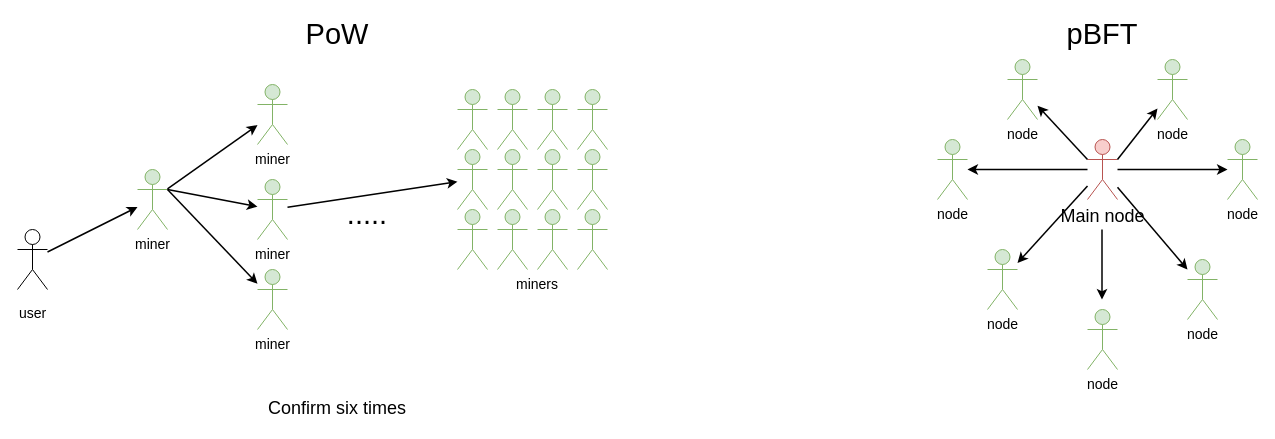
Above: ethereum-research/pos-beaconchain/PoW vs pBFT.drawio in 0xyicheng/a-research-diagram (draw.io), before the change. Source tidied: cells renumbered, new cells numbered last; positions are measured from the earlier drawing's top-left corner, leaving out a move shared by most shapes. Both pictures are drawn from the tidied source at 100%, with x=0, y=0 at pixel (17, 19).
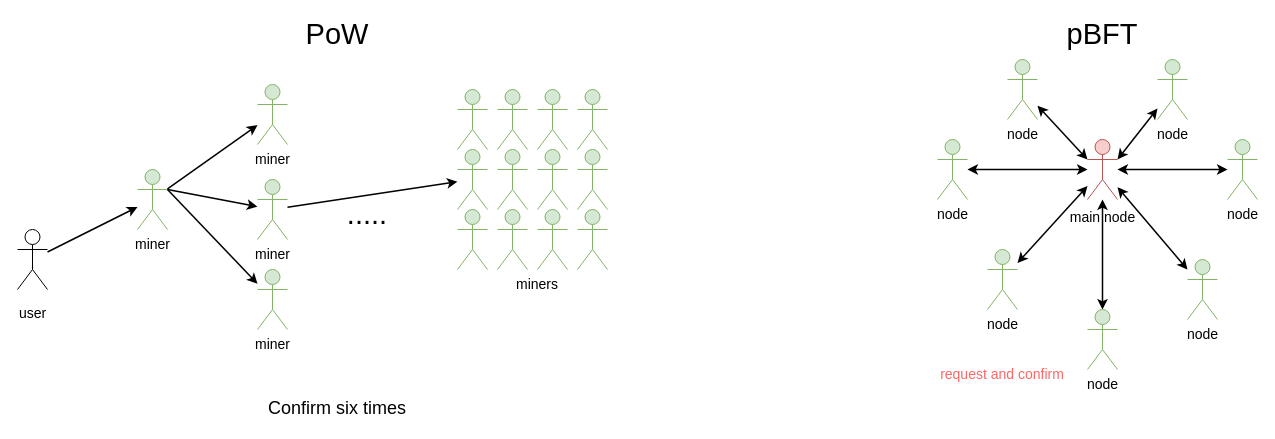
The same diagram, later.

Unchanged cells that the change refers to:
```xml
<mxCell id="30" value="node" style="shape=umlActor;verticalLabelPosition=bottom;verticalAlign=top;html=1;outlineConnect=0;fontSize=14;fillColor=#d5e8d4;strokeColor=#82b366;" parent="1" vertex="1">
  <mxGeometry x="920" y="120" width="30" height="60" as="geometry" />
</mxCell>
<mxCell id="31" value="node" style="shape=umlActor;verticalLabelPosition=bottom;verticalAlign=top;html=1;outlineConnect=0;fontSize=14;fillColor=#d5e8d4;strokeColor=#82b366;" parent="1" vertex="1">
  <mxGeometry x="1210" y="120" width="30" height="60" as="geometry" />
</mxCell>
<mxCell id="32" value="node" style="shape=umlActor;verticalLabelPosition=bottom;verticalAlign=top;html=1;outlineConnect=0;fontSize=14;fillColor=#d5e8d4;strokeColor=#82b366;" parent="1" vertex="1">
  <mxGeometry x="970" y="230" width="30" height="60" as="geometry" />
</mxCell>
<mxCell id="33" value="node" style="shape=umlActor;verticalLabelPosition=bottom;verticalAlign=top;html=1;outlineConnect=0;fontSize=14;fillColor=#d5e8d4;strokeColor=#82b366;" parent="1" vertex="1">
  <mxGeometry x="1070" y="290" width="30" height="60" as="geometry" />
</mxCell>
<mxCell id="35" value="node" style="shape=umlActor;verticalLabelPosition=bottom;verticalAlign=top;html=1;outlineConnect=0;fontSize=14;fillColor=#d5e8d4;strokeColor=#82b366;" parent="1" vertex="1">
  <mxGeometry x="990" y="40" width="30" height="60" as="geometry" />
</mxCell>
<mxCell id="36" value="node" style="shape=umlActor;verticalLabelPosition=bottom;verticalAlign=top;html=1;outlineConnect=0;fontSize=14;fillColor=#d5e8d4;strokeColor=#82b366;" parent="1" vertex="1">
  <mxGeometry x="1140" y="40" width="30" height="60" as="geometry" />
</mxCell>
```

The edit, as a diff of the source:
```diff
@@
+    <mxCell id="44" style="edgeStyle=orthogonalEdgeStyle;rounded=0;jettySize=auto;html=1;strokeWidth=1.5;fontSize=18;startArrow=classic;startFill=1;" parent="1" edge="1" source="29" target="33">
+      <mxGeometry relative="1" as="geometry" />
+    </mxCell>
-    <mxCell id="29" value="Main node" style="shape=umlActor;verticalLabelPosition=bottom;verticalAlign=top;html=1;outlineConnect=0;fontSize=18;fillColor=#f8cecc;strokeColor=#b85450;" parent="1" vertex="1">
+    <mxCell id="29" value="&lt;font style=&quot;font-size: 14px;&quot;&gt;main node&lt;/font&gt;" style="shape=umlActor;verticalLabelPosition=bottom;verticalAlign=top;html=1;outlineConnect=0;fontSize=18;fillColor=#f8cecc;strokeColor=#b85450;" parent="1" vertex="1">
       <mxGeometry x="1070" y="120" width="30" height="60" as="geometry" />
     </mxCell>
@@
-    <mxCell id="37" style="endArrow=classic;html=1;rounded=0;strokeWidth=1.5;fontSize=18;" parent="1" edge="1" source="29" target="30">
+    <mxCell id="37" style="endArrow=classic;html=1;rounded=0;strokeWidth=1.5;fontSize=18;startArrow=classic;startFill=1;" parent="1" edge="1" source="29" target="30">
       <mxGeometry relative="1" as="geometry" />
     </mxCell>
-    <mxCell id="38" style="endArrow=classic;html=1;rounded=0;strokeWidth=1.5;fontSize=18;" parent="1" edge="1" source="29" target="32">
+    <mxCell id="38" style="endArrow=classic;html=1;rounded=0;strokeWidth=1.5;fontSize=18;startArrow=classic;startFill=1;" parent="1" edge="1" source="29" target="32">
       <mxGeometry relative="1" as="geometry" />
     </mxCell>
-    <mxCell id="39" style="endArrow=classic;html=1;rounded=0;strokeWidth=1.5;fontSize=18;" parent="1" edge="1">
-      <mxGeometry relative="1" as="geometry">
-        <mxPoint x="1084.5" y="210" as="sourcePoint" />
-        <mxPoint x="1084.5" y="280" as="targetPoint" />
-      </mxGeometry>
-    </mxCell>
-    <mxCell id="40" style="endArrow=classic;html=1;rounded=0;strokeWidth=1.5;fontSize=18;" parent="1" edge="1" source="29" target="31">
+    <mxCell id="40" style="endArrow=classic;html=1;rounded=0;strokeWidth=1.5;fontSize=18;startArrow=classic;startFill=1;" parent="1" edge="1" source="29" target="31">
       <mxGeometry relative="1" as="geometry" />
     </mxCell>
-    <mxCell id="41" style="endArrow=classic;html=1;rounded=0;strokeWidth=1.5;fontSize=18;" parent="1" edge="1" source="29">
+    <mxCell id="41" style="endArrow=classic;html=1;rounded=0;strokeWidth=1.5;fontSize=18;startArrow=classic;startFill=1;" parent="1" edge="1" source="29">
       <mxGeometry relative="1" as="geometry">
         <mxPoint x="1170" y="250" as="targetPoint" />
       </mxGeometry>
     </mxCell>
-    <mxCell id="42" style="endArrow=classic;html=1;rounded=0;strokeWidth=1.5;fontSize=18;exitX=0;exitY=0.3333333333333333;exitDx=0;exitDy=0;exitPerimeter=0;" parent="1" edge="1" source="29" target="35">
+    <mxCell id="42" style="endArrow=classic;html=1;rounded=0;strokeWidth=1.5;fontSize=18;exitX=0;exitY=0.3333333333333333;exitDx=0;exitDy=0;exitPerimeter=0;startArrow=classic;startFill=1;" parent="1" edge="1" source="29" target="35">
       <mxGeometry relative="1" as="geometry" />
     </mxCell>
-    <mxCell id="43" style="endArrow=classic;html=1;rounded=0;strokeWidth=1.5;fontSize=18;exitX=1;exitY=0.3333333333333333;exitDx=0;exitDy=0;exitPerimeter=0;" parent="1" edge="1" source="29" target="36">
+    <mxCell id="43" style="endArrow=classic;html=1;rounded=0;strokeWidth=1.5;fontSize=18;exitX=1;exitY=0.3333333333333333;exitDx=0;exitDy=0;exitPerimeter=0;startArrow=classic;startFill=1;" parent="1" edge="1" source="29" target="36">
       <mxGeometry relative="1" as="geometry" />
     </mxCell>
+    <mxCell id="45" value="&lt;font color=&quot;#ff6666&quot;&gt;request and confirm&lt;/font&gt;" style="text;html=1;strokeColor=none;fillColor=none;align=center;verticalAlign=middle;whiteSpace=wrap;rounded=0;fontSize=14;" parent="1" vertex="1">
+      <mxGeometry x="920" y="350" width="130" height="10" as="geometry" />
+    </mxCell>
```
